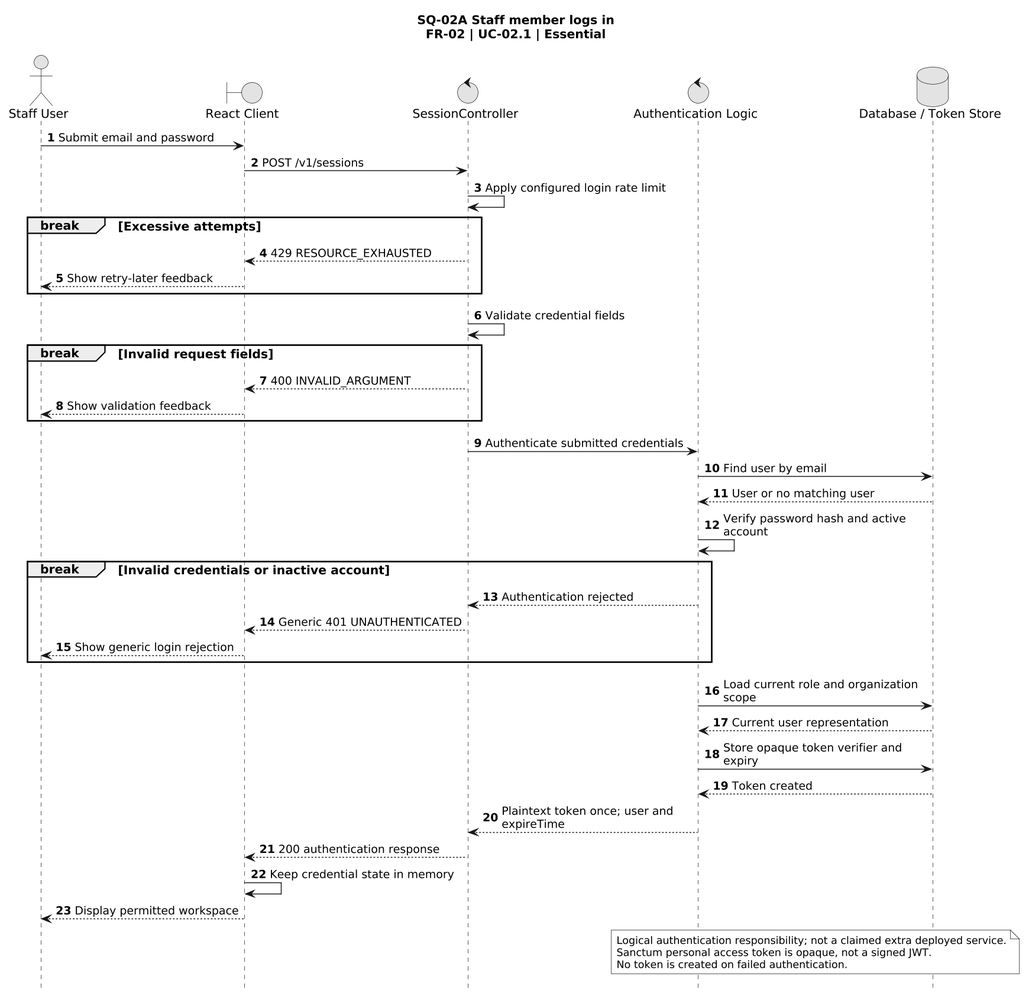
Before: docs/uml/Sequence/SQ-02-Login.png, a diagram exported from PlantUML (TitanDevX/BloodBankPlatformUni).
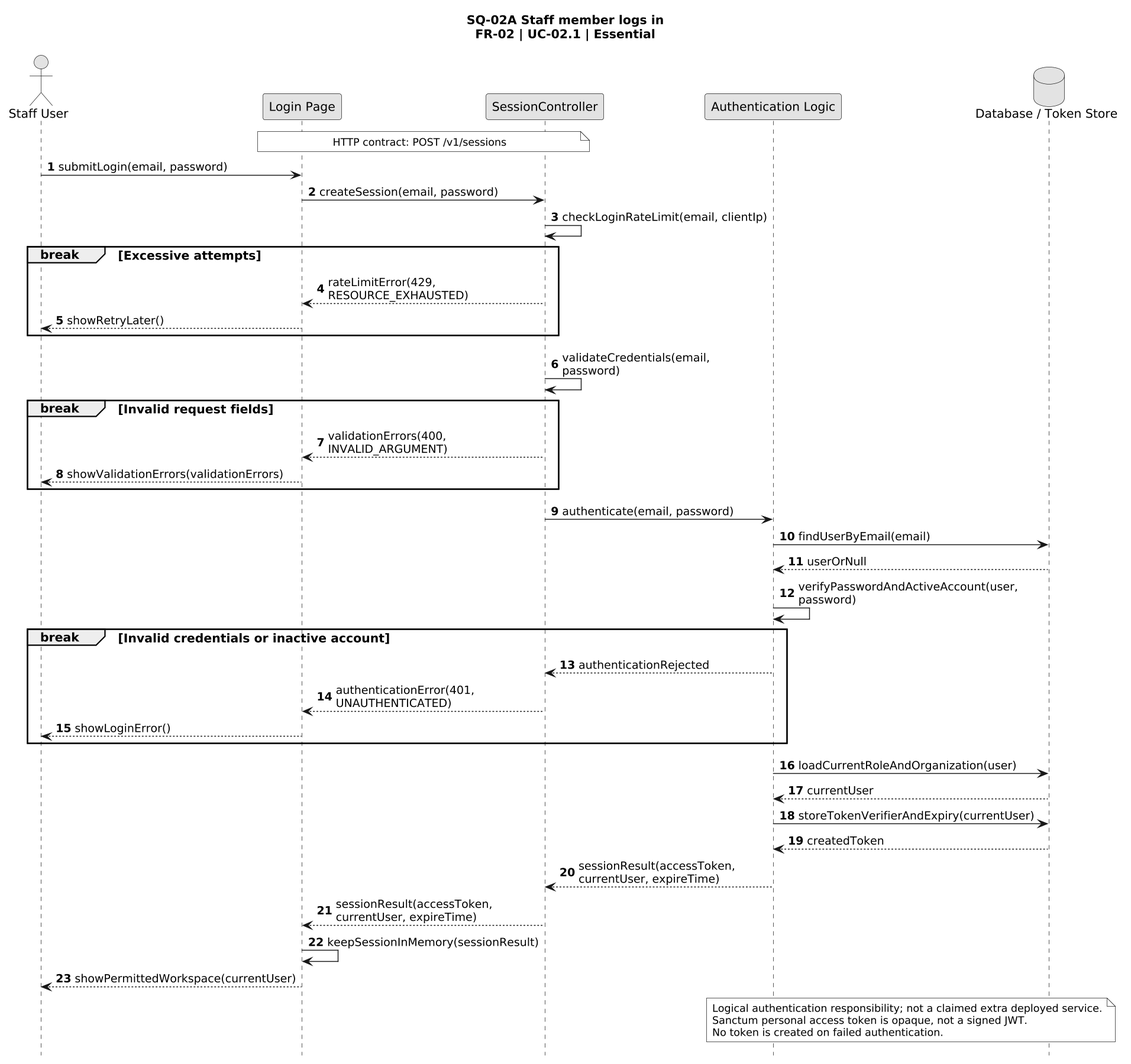
The same file after the commit.

Diff of the diagram source:
```diff
@@ -11,39 +11,42 @@
 skinparam maxMessageSize 240
 autonumber
 actor "Staff User" as Staff
-boundary "React Client" as Client
-control SessionController as Ctrl
-control "Authentication Logic" as Auth
+participant "Login Page" as Client
+participant SessionController as Ctrl
+participant "Authentication Logic" as Auth
 database "Database / Token Store" as DB
-Staff -> Client: Submit email and password
-Client -> Ctrl: POST /v1/sessions
-Ctrl -> Ctrl: Apply configured login rate limit
+note over Client, Ctrl
+ HTTP contract: POST /v1/sessions
+end note
+Staff -> Client: submitLogin(email, password)
+Client -> Ctrl: createSession(email, password)
+Ctrl -> Ctrl: checkLoginRateLimit(email, clientIp)
 break Excessive attempts
- Ctrl --> Client: 429 RESOURCE_EXHAUSTED
- Client --> Staff: Show retry-later feedback
+ Ctrl --> Client: rateLimitError(429, RESOURCE_EXHAUSTED)
+ Client --> Staff: showRetryLater()
 end
-Ctrl -> Ctrl: Validate credential fields
+Ctrl -> Ctrl: validateCredentials(email, password)
 break Invalid request fields
- Ctrl --> Client: 400 INVALID_ARGUMENT
- Client --> Staff: Show validation feedback
+ Ctrl --> Client: validationErrors(400, INVALID_ARGUMENT)
+ Client --> Staff: showValidationErrors(validationErrors)
 end
-Ctrl -> Auth: Authenticate submitted credentials
-Auth -> DB: Find user by email
-DB --> Auth: User or no matching user
-Auth -> Auth: Verify password hash and active account
+Ctrl -> Auth: authenticate(email, password)
+Auth -> DB: findUserByEmail(email)
+DB --> Auth: userOrNull
+Auth -> Auth: verifyPasswordAndActiveAccount(user, password)
 break Invalid credentials or inactive account
- Auth --> Ctrl: Authentication rejected
- Ctrl --> Client: Generic 401 UNAUTHENTICATED
- Client --> Staff: Show generic login rejection
+ Auth --> Ctrl: authenticationRejected
+ Ctrl --> Client: authenticationError(401, UNAUTHENTICATED)
+ Client --> Staff: showLoginError()
 end
-Auth -> DB: Load current role and organization scope
-DB --> Auth: Current user representation
-Auth -> DB: Store opaque token verifier and expiry
-DB --> Auth: Token created
-Auth --> Ctrl: Plaintext token once; user and expireTime
-Ctrl --> Client: 200 authentication response
-Client -> Client: Keep credential state in memory
-Client --> Staff: Display permitted workspace
+Auth -> DB: loadCurrentRoleAndOrganization(user)
+DB --> Auth: currentUser
+Auth -> DB: storeTokenVerifierAndExpiry(currentUser)
+DB --> Auth: createdToken
+Auth --> Ctrl: sessionResult(accessToken, currentUser, expireTime)
+Ctrl --> Client: sessionResult(accessToken, currentUser, expireTime)
+Client -> Client: keepSessionInMemory(sessionResult)
+Client --> Staff: showPermittedWorkspace(currentUser)
 note over Auth, DB
  Logical authentication responsibility; not a claimed extra deployed service.
  Sanctum personal access token is opaque, not a signed JWT.
```
